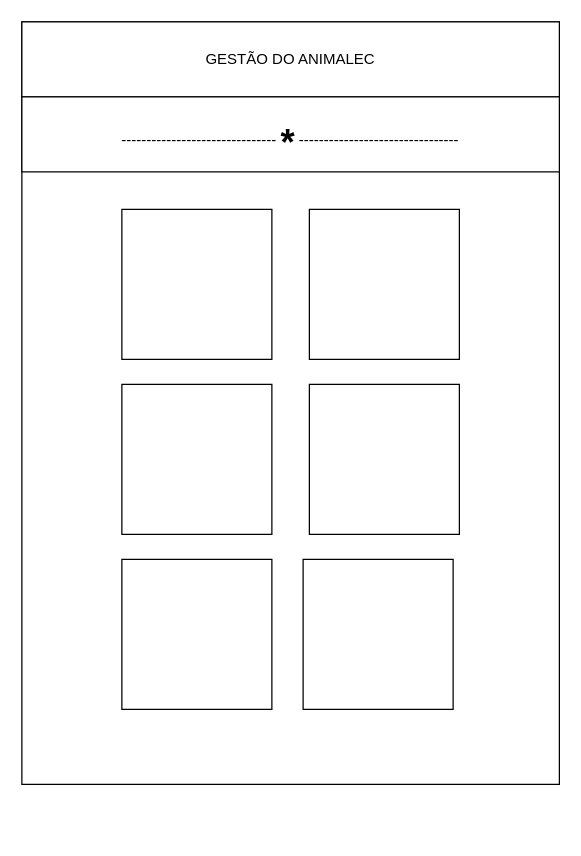
lsantos1970/Tarefa_3.1b keeps this draw.io diagram as page "Page-1" (1 of 5) of Diagrama sem nome.drawio. Above is the earlier version. Source tidied: cells renumbered, new cells numbered last; positions are measured from the earlier drawing's top-left corner, leaving out a move shared by most shapes. Both pictures are drawn from the tidied source at 125%, with x=0, y=0 at pixel (21, 21).
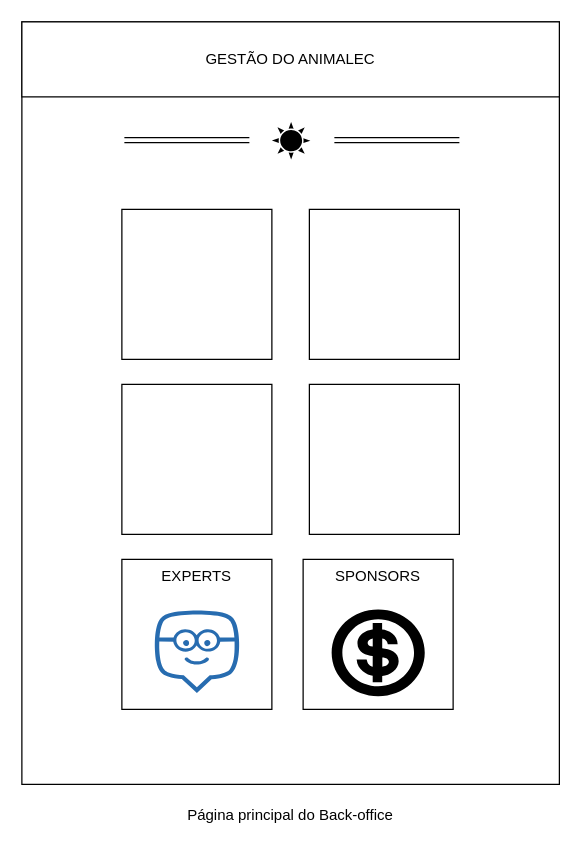
Above is the later version.

Diff of the diagram source:
```diff
@@
 <mxGraphModel>
   <root>
     <mxCell id="0" />
     <mxCell id="1" parent="0" />
     <mxCell id="2" style="rounded=0;whiteSpace=wrap;html=1;" parent="1" vertex="1">
       <mxGeometry width="430" height="610" as="geometry" />
     </mxCell>
+    <mxCell id="9" value="EXPERTS" style="whiteSpace=wrap;html=1;verticalAlign=top;" parent="1" vertex="1">
+      <mxGeometry x="80" y="430" width="120" height="120" as="geometry" />
+    </mxCell>
     <mxCell id="3" value="GESTÃO DO ANIMALEC" style="rounded=0;whiteSpace=wrap;html=1;" parent="1" vertex="1">
       <mxGeometry width="430" height="60" as="geometry" />
     </mxCell>
-    <mxCell id="4" value="------------------------------- &lt;b&gt;&lt;font style=&quot;font-size: 35px;&quot;&gt;&lt;sub&gt;*&lt;/sub&gt;&lt;/font&gt;&lt;/b&gt; --------------------------------" style="rounded=0;whiteSpace=wrap;html=1;" parent="1" vertex="1">
-      <mxGeometry y="60" width="430" height="60" as="geometry" />
-    </mxCell>
     <mxCell id="5" style="whiteSpace=wrap;html=1;" parent="1" vertex="1">
       <mxGeometry x="80" y="150" width="120" height="120" as="geometry" />
     </mxCell>
     <mxCell id="6" style="whiteSpace=wrap;html=1;" parent="1" vertex="1">
       <mxGeometry x="230" y="150" width="120" height="120" as="geometry" />
     </mxCell>
     <mxCell id="7" style="whiteSpace=wrap;html=1;" parent="1" vertex="1">
       <mxGeometry x="80" y="290" width="120" height="120" as="geometry" />
     </mxCell>
     <mxCell id="8" style="whiteSpace=wrap;html=1;" parent="1" vertex="1">
       <mxGeometry x="230" y="290" width="120" height="120" as="geometry" />
     </mxCell>
-    <mxCell id="9" style="whiteSpace=wrap;html=1;" parent="1" vertex="1">
-      <mxGeometry x="80" y="430" width="120" height="120" as="geometry" />
-    </mxCell>
-    <mxCell id="10" style="whiteSpace=wrap;html=1;" parent="1" vertex="1">
+    <mxCell id="10" value="SPONSORS" style="whiteSpace=wrap;html=1;verticalAlign=top;" parent="1" vertex="1">
       <mxGeometry x="225" y="430" width="120" height="120" as="geometry" />
     </mxCell>
+    <mxCell id="11" style="shape=mxgraph.signs.nature.sun_3;html=1;fillColor=#000000;strokeColor=none;verticalLabelPosition=bottom;verticalAlign=top;align=center;sketch=0;" parent="1" vertex="1">
+      <mxGeometry x="200" y="80" width="30.8" height="30" as="geometry" />
+    </mxCell>
+    <mxCell id="12" style="shape=mxgraph.signs.travel.cashier;html=1;fillColor=#000000;strokeColor=none;verticalLabelPosition=bottom;verticalAlign=top;align=center;sketch=0;" parent="1" vertex="1">
+      <mxGeometry x="247.8" y="470" width="74.5" height="69.5" as="geometry" />
+    </mxCell>
+    <mxCell id="13" style="shape=link;html=1;rounded=0;" parent="1" edge="1">
+      <mxGeometry relative="1" as="geometry">
+        <mxPoint x="82" y="94.5" as="sourcePoint" />
+        <mxPoint x="182" y="94.5" as="targetPoint" />
+      </mxGeometry>
+    </mxCell>
+    <mxCell id="14" style="shape=link;html=1;rounded=0;" parent="1" edge="1">
+      <mxGeometry relative="1" as="geometry">
+        <mxPoint x="250" y="94.5" as="sourcePoint" />
+        <mxPoint x="350" y="94.5" as="targetPoint" />
+      </mxGeometry>
+    </mxCell>
+    <mxCell id="15" style="dashed=0;html=1;align=center;labelPosition=center;verticalLabelPosition=bottom;verticalAlign=top;shape=mxgraph.weblogos.edmodo;fillColor=#276CB0;strokeColor=none;" parent="1" vertex="1">
+      <mxGeometry x="105" y="470" width="70" height="66.9" as="geometry" />
+    </mxCell>
+    <mxCell id="16" value="Página principal do Back-office" style="text;html=1;align=center;verticalAlign=middle;whiteSpace=wrap;rounded=0;" parent="1" vertex="1">
+      <mxGeometry y="620" width="430" height="30" as="geometry" />
+    </mxCell>
   </root>
 </mxGraphModel>
```
